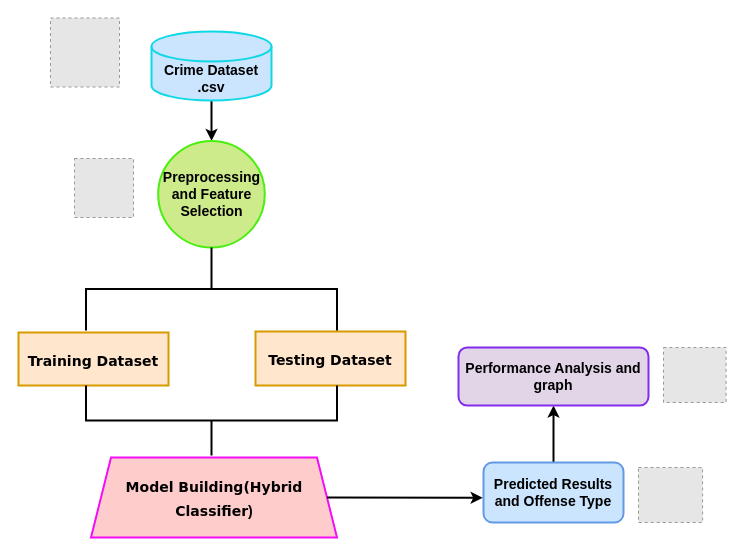
The draw.io diagram Untitled Diagram.drawio in ChanumoluGayathri/System_Design, before the edit. Source tidied: cells renumbered, new cells numbered last; positions are measured from the earlier drawing's top-left corner, leaving out a move shared by most shapes. Both pictures are drawn from the tidied source at 100%, with x=0, y=0 at pixel (18, 17). Pictures stored in the file or linked from it are replaced by grey dashed boxes.
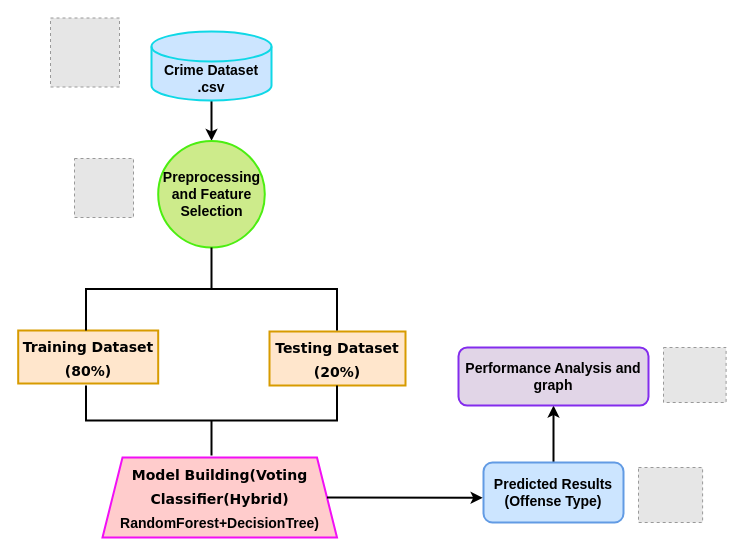
The same page after the edit.

What changed in the source:
```diff
@@
 <mxGraphModel>
   <root>
     <mxCell id="0" />
     <mxCell id="1" parent="0" />
     <mxCell id="2" style="edgeStyle=orthogonalEdgeStyle;rounded=0;jettySize=auto;html=1;strokeWidth=2;" parent="1" edge="1" source="3" target="4">
       <mxGeometry relative="1" as="geometry" />
     </mxCell>
     <mxCell id="3" value="&lt;span style=&quot;font-size: 14px;&quot;&gt;&lt;b&gt;Crime Dataset&lt;/b&gt;&lt;/span&gt;&lt;div&gt;&lt;span style=&quot;font-size: 14px;&quot;&gt;&lt;b&gt;.csv&lt;/b&gt;&lt;/span&gt;&lt;/div&gt;" style="shape=cylinder3;whiteSpace=wrap;html=1;boundedLbl=1;backgroundOutline=1;size=15;fillColor=#cce5ff;strokeColor=#0fd8e6;strokeWidth=2;" parent="1" vertex="1">
       <mxGeometry x="133" y="14" width="120" height="69" as="geometry" />
     </mxCell>
     <mxCell id="4" value="&lt;b style=&quot;font-size: 14px;&quot;&gt;&lt;font style=&quot;font-size: 14px;&quot;&gt;Preprocessing and Feature S&lt;/font&gt;election&lt;/b&gt;" style="ellipse;whiteSpace=wrap;html=1;fillColor=#cdeb8b;strokeColor=#4cee11;strokeWidth=2;" parent="1" vertex="1">
       <mxGeometry x="139.7" y="123.4" width="106.6" height="106.6" as="geometry" />
     </mxCell>
     <mxCell id="5" style="edgeStyle=orthogonalEdgeStyle;rounded=0;jettySize=auto;html=1;strokeWidth=2;" parent="1" edge="1" source="6" target="7">
       <mxGeometry relative="1" as="geometry" />
     </mxCell>
-    <mxCell id="6" value="&lt;b&gt;&lt;font style=&quot;font-size: 14px;&quot;&gt;Predicted Results and Offense Type&lt;/font&gt;&lt;/b&gt;" style="rounded=1;whiteSpace=wrap;html=1;fillColor=#cce5ff;strokeColor=#629be4;strokeWidth=2;" parent="1" vertex="1">
+    <mxCell id="6" value="&lt;b&gt;&lt;font style=&quot;font-size: 14px;&quot;&gt;Predicted Results (Offense Type)&lt;/font&gt;&lt;/b&gt;" style="rounded=1;whiteSpace=wrap;html=1;fillColor=#cce5ff;strokeColor=#629be4;strokeWidth=2;" parent="1" vertex="1">
       <mxGeometry x="465" y="445" width="140" height="60" as="geometry" />
     </mxCell>
     <mxCell id="7" value="&lt;b&gt;&lt;font style=&quot;font-size: 14px;&quot;&gt;Performance Analysis and graph&lt;/font&gt;&lt;/b&gt;" style="rounded=1;whiteSpace=wrap;html=1;fillColor=#e1d5e7;strokeColor=#832ced;strokeWidth=2;" parent="1" vertex="1">
       <mxGeometry x="440" y="330" width="190" height="58" as="geometry" />
     </mxCell>
-    <mxCell id="8" value="&lt;font size=&quot;1&quot; face=&quot;Verdana&quot;&gt;&lt;b style=&quot;font-size: 14px;&quot;&gt;Training Dataset&lt;/b&gt;&lt;/font&gt;" style="whiteSpace=wrap;html=1;hachureGap=4;fontFamily=Architects Daughter;fontSize=20;fillColor=#ffe6cc;strokeColor=#d79b00;strokeWidth=2;" parent="1" vertex="1">
-      <mxGeometry y="315" width="150" height="53" as="geometry" />
+    <mxCell id="8" value="&lt;font size=&quot;1&quot; face=&quot;Verdana&quot;&gt;&lt;b style=&quot;font-size: 14px;&quot;&gt;Training Dataset&lt;/b&gt;&lt;/font&gt;&lt;div&gt;&lt;font size=&quot;1&quot; face=&quot;Verdana&quot;&gt;&lt;b style=&quot;font-size: 14px;&quot;&gt;(80%)&lt;/b&gt;&lt;/font&gt;&lt;/div&gt;" style="whiteSpace=wrap;html=1;hachureGap=4;fontFamily=Architects Daughter;fontSize=20;fillColor=#ffe6cc;strokeColor=#d79b00;strokeWidth=2;" parent="1" vertex="1">
+      <mxGeometry x="-0.3" y="313" width="140" height="53" as="geometry" />
     </mxCell>
-    <mxCell id="9" value="&lt;font size=&quot;1&quot; face=&quot;Verdana&quot;&gt;&lt;b style=&quot;font-size: 14px;&quot;&gt;Testing Dataset&lt;/b&gt;&lt;/font&gt;" style="rounded=0;whiteSpace=wrap;html=1;hachureGap=4;fontFamily=Architects Daughter;fontSize=20;fillColor=#ffe6cc;strokeColor=#d79b00;strokeWidth=2;" parent="1" vertex="1">
-      <mxGeometry x="237" y="314" width="150" height="54" as="geometry" />
+    <mxCell id="9" value="&lt;font size=&quot;1&quot; face=&quot;Verdana&quot;&gt;&lt;b style=&quot;font-size: 14px;&quot;&gt;Testing Dataset&lt;/b&gt;&lt;/font&gt;&lt;div&gt;&lt;font size=&quot;1&quot; face=&quot;Verdana&quot;&gt;&lt;b style=&quot;font-size: 14px;&quot;&gt;(20%)&lt;/b&gt;&lt;/font&gt;&lt;/div&gt;" style="rounded=0;whiteSpace=wrap;html=1;hachureGap=4;fontFamily=Architects Daughter;fontSize=20;fillColor=#ffe6cc;strokeColor=#d79b00;strokeWidth=2;" parent="1" vertex="1">
+      <mxGeometry x="251" y="314" width="136" height="54" as="geometry" />
     </mxCell>
-    <mxCell id="10" value="&lt;font style=&quot;font-size: 14px;&quot;&gt;&lt;b&gt;&lt;font style=&quot;font-size: 14px;&quot; face=&quot;Verdana&quot;&gt;Model Building(Hybrid Classifier&lt;/font&gt;&lt;span style=&quot;border-color: var(--border-color); font-family: Helvetica;&quot;&gt;&lt;font style=&quot;border-color: var(--border-color); font-size: 14px;&quot;&gt;)&lt;/font&gt;&lt;/span&gt;&lt;/b&gt;&lt;/font&gt;" style="shape=trapezoid;perimeter=trapezoidPerimeter;whiteSpace=wrap;html=1;fixedSize=1;fontSize=20;fontFamily=Architects Daughter;hachureGap=4;fillColor=#ffcccc;strokeColor=#f10ff5;strokeWidth=2;" parent="1" vertex="1">
-      <mxGeometry x="72.5" y="440" width="246" height="80" as="geometry" />
+    <mxCell id="10" value="&lt;font style=&quot;font-size: 14px;&quot;&gt;&lt;b&gt;&lt;font style=&quot;font-size: 14px;&quot; face=&quot;Verdana&quot;&gt;Model Building(Voting Classifier(Hybrid)&lt;/font&gt;&lt;/b&gt;&lt;/font&gt;&lt;div&gt;&lt;font style=&quot;font-size: 14px;&quot;&gt;&lt;b&gt;&lt;span style=&quot;border-color: var(--border-color); font-family: Helvetica;&quot;&gt;&lt;font style=&quot;border-color: var(--border-color); font-size: 14px;&quot;&gt;RandomForest+DecisionTree)&lt;/font&gt;&lt;/span&gt;&lt;/b&gt;&lt;/font&gt;&lt;/div&gt;" style="shape=trapezoid;perimeter=trapezoidPerimeter;whiteSpace=wrap;html=1;fixedSize=1;fontSize=20;fontFamily=Architects Daughter;hachureGap=4;fillColor=#ffcccc;strokeColor=#f10ff5;strokeWidth=2;" parent="1" vertex="1">
+      <mxGeometry x="84" y="440" width="234.5" height="80" as="geometry" />
     </mxCell>
     <mxCell id="11" style="fillColor=#E6E6E6;strokeColor=#999999;dashed=1;verticalLabelPosition=bottom;labelBackgroundColor=default;verticalAlign=top;" parent="1" vertex="1">
       <mxGeometry x="56" y="141" width="59" height="59" as="geometry" />
     </mxCell>
     <mxCell id="12" style="fillColor=#E6E6E6;strokeColor=#999999;dashed=1;verticalLabelPosition=bottom;labelBackgroundColor=default;verticalAlign=top;" parent="1" vertex="1">
       <mxGeometry x="32" y="0.5" width="69" height="69" as="geometry" />
     </mxCell>
     <mxCell id="13" style="fillColor=#E6E6E6;strokeColor=#999999;dashed=1;verticalLabelPosition=bottom;labelBackgroundColor=default;verticalAlign=top;" parent="1" vertex="1">
       <mxGeometry x="645" y="330" width="62.6" height="55" as="geometry" />
     </mxCell>
     <mxCell id="14" style="fillColor=#E6E6E6;strokeColor=#999999;dashed=1;verticalLabelPosition=bottom;labelBackgroundColor=default;verticalAlign=top;" parent="1" vertex="1">
       <mxGeometry x="620" y="450" width="64.1" height="55" as="geometry" />
     </mxCell>
     <mxCell id="15" style="strokeWidth=2;html=1;shape=mxgraph.flowchart.annotation_2;align=left;labelPosition=right;hachureGap=4;fontFamily=Architects Daughter;fontSize=20;perimeterSpacing=4;direction=south;" parent="1" vertex="1">
       <mxGeometry x="67.5" y="230" width="251" height="83" as="geometry" />
     </mxCell>
     <mxCell id="16" style="strokeWidth=2;html=1;shape=mxgraph.flowchart.annotation_2;align=left;labelPosition=right;hachureGap=4;fontFamily=Architects Daughter;fontSize=20;perimeterSpacing=4;direction=north;" parent="1" vertex="1">
       <mxGeometry x="67.5" y="368" width="251" height="70" as="geometry" />
     </mxCell>
     <mxCell id="17" style="endArrow=classic;html=1;rounded=0;hachureGap=4;fontFamily=Architects Daughter;fontSize=16;exitX=1;exitY=0.5;exitDx=0;exitDy=0;entryX=-0.006;entryY=0.589;entryDx=0;entryDy=0;entryPerimeter=0;strokeWidth=2;" parent="1" edge="1" source="10" target="6">
       <mxGeometry relative="1" as="geometry" />
     </mxCell>
   </root>
 </mxGraphModel>
```
